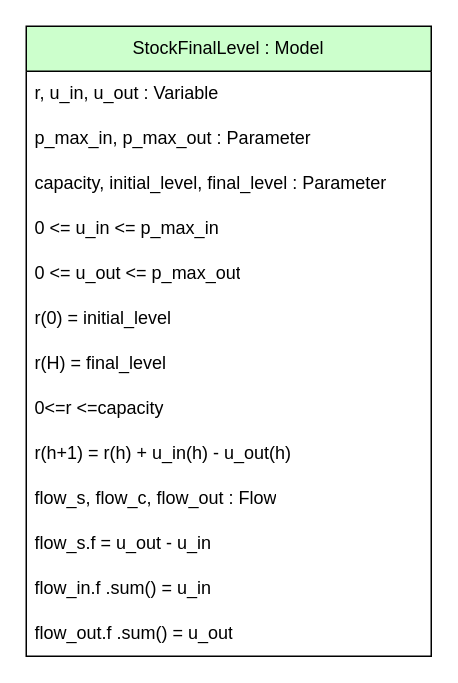
Earlier version of the draw.io diagram models-design/model_library/stock_final_level.drawio (AntaresSimulatorTeam/andromede-modeling-prototype). Source tidied: cells renumbered, new cells numbered last; positions are measured from the earlier drawing's top-left corner, leaving out a move shared by most shapes. Both pictures are drawn from the tidied source at 150%, with x=0, y=0 at pixel (26, 26).
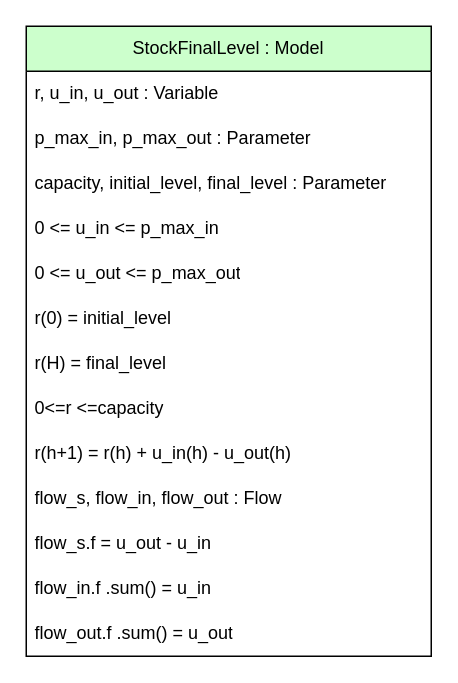
The same diagram, later.

Commit message:
Correct error in stock model

What changed in the source:
```diff
@@
 <mxGraphModel>
   <root>
     <mxCell id="0" />
     <mxCell id="1" parent="0" />
     <mxCell id="2" value="StockFinalLevel : Model" style="swimlane;fontStyle=0;horizontal=1;startSize=30;whiteSpace=wrap;html=1;fillColor=#CCFFCC;fontColor=#000000;" parent="1" vertex="1">
       <mxGeometry width="270" height="420" as="geometry" />
     </mxCell>
     <mxCell id="3" value="r, u_in, u_out : Variable" style="text;strokeColor=none;fillColor=none;align=left;verticalAlign=middle;spacingLeft=4;spacingRight=4;overflow=hidden;whiteSpace=wrap;html=1;" parent="2" vertex="1">
       <mxGeometry y="30" width="270" height="30" as="geometry" />
     </mxCell>
     <mxCell id="4" value="p_max_in, p_max_out : Parameter" style="text;strokeColor=none;fillColor=none;align=left;verticalAlign=middle;spacingLeft=4;spacingRight=4;overflow=hidden;whiteSpace=wrap;html=1;" parent="2" vertex="1">
       <mxGeometry y="60" width="270" height="30" as="geometry" />
     </mxCell>
     <mxCell id="5" value="capacity, initial_level, final_level : Parameter" style="text;strokeColor=none;fillColor=none;align=left;verticalAlign=middle;spacingLeft=4;spacingRight=4;overflow=hidden;whiteSpace=wrap;html=1;" parent="2" vertex="1">
       <mxGeometry y="90" width="270" height="30" as="geometry" />
     </mxCell>
     <mxCell id="6" value="0 &amp;lt;= u_in &amp;lt;= p_max_in" style="text;strokeColor=none;fillColor=none;align=left;verticalAlign=middle;spacingLeft=4;spacingRight=4;overflow=hidden;whiteSpace=wrap;html=1;" parent="2" vertex="1">
       <mxGeometry y="120" width="270" height="30" as="geometry" />
     </mxCell>
     <mxCell id="7" value="0 &amp;lt;= u_out &amp;lt;= p_max_out" style="text;strokeColor=none;fillColor=none;align=left;verticalAlign=middle;spacingLeft=4;spacingRight=4;overflow=hidden;whiteSpace=wrap;html=1;" parent="2" vertex="1">
       <mxGeometry y="150" width="270" height="30" as="geometry" />
     </mxCell>
     <mxCell id="8" value="r(0) = initial_level" style="text;strokeColor=none;fillColor=none;align=left;verticalAlign=middle;spacingLeft=4;spacingRight=4;overflow=hidden;whiteSpace=wrap;html=1;" parent="2" vertex="1">
       <mxGeometry y="180" width="270" height="30" as="geometry" />
     </mxCell>
     <mxCell id="9" value="r(H) = final_level" style="text;strokeColor=none;fillColor=none;align=left;verticalAlign=middle;spacingLeft=4;spacingRight=4;overflow=hidden;whiteSpace=wrap;html=1;" parent="2" vertex="1">
       <mxGeometry y="210" width="270" height="30" as="geometry" />
     </mxCell>
     <mxCell id="10" value="0&amp;lt;=r &amp;lt;=capacity" style="text;strokeColor=none;fillColor=none;align=left;verticalAlign=middle;spacingLeft=4;spacingRight=4;overflow=hidden;whiteSpace=wrap;html=1;" parent="2" vertex="1">
       <mxGeometry y="240" width="270" height="30" as="geometry" />
     </mxCell>
     <mxCell id="11" value="r(h+1) = r(h) + u_in(h) - u_out(h)" style="text;strokeColor=none;fillColor=none;align=left;verticalAlign=middle;spacingLeft=4;spacingRight=4;overflow=hidden;whiteSpace=wrap;html=1;" parent="2" vertex="1">
       <mxGeometry y="270" width="270" height="30" as="geometry" />
     </mxCell>
-    <mxCell id="12" value="flow_s, flow_c, flow_out : Flow" style="text;strokeColor=none;fillColor=none;align=left;verticalAlign=middle;spacingLeft=4;spacingRight=4;overflow=hidden;whiteSpace=wrap;html=1;" parent="2" vertex="1">
+    <mxCell id="12" value="flow_s, flow_in, flow_out : Flow" style="text;strokeColor=none;fillColor=none;align=left;verticalAlign=middle;spacingLeft=4;spacingRight=4;overflow=hidden;whiteSpace=wrap;html=1;" parent="2" vertex="1">
       <mxGeometry y="300" width="270" height="30" as="geometry" />
     </mxCell>
     <mxCell id="13" value="flow_s.f = u_out - u_in" style="text;strokeColor=none;fillColor=none;align=left;verticalAlign=middle;spacingLeft=4;spacingRight=4;overflow=hidden;whiteSpace=wrap;html=1;" parent="2" vertex="1">
       <mxGeometry y="330" width="270" height="30" as="geometry" />
     </mxCell>
     <mxCell id="14" value="flow_in.f .sum() = u_in" style="text;strokeColor=none;fillColor=none;align=left;verticalAlign=middle;spacingLeft=4;spacingRight=4;overflow=hidden;whiteSpace=wrap;html=1;" parent="2" vertex="1">
       <mxGeometry y="360" width="270" height="30" as="geometry" />
     </mxCell>
     <mxCell id="15" value="flow_out.f .sum() = u_out" style="text;strokeColor=none;fillColor=none;align=left;verticalAlign=middle;spacingLeft=4;spacingRight=4;overflow=hidden;whiteSpace=wrap;html=1;" parent="2" vertex="1">
       <mxGeometry y="390" width="270" height="30" as="geometry" />
     </mxCell>
   </root>
 </mxGraphModel>
```
